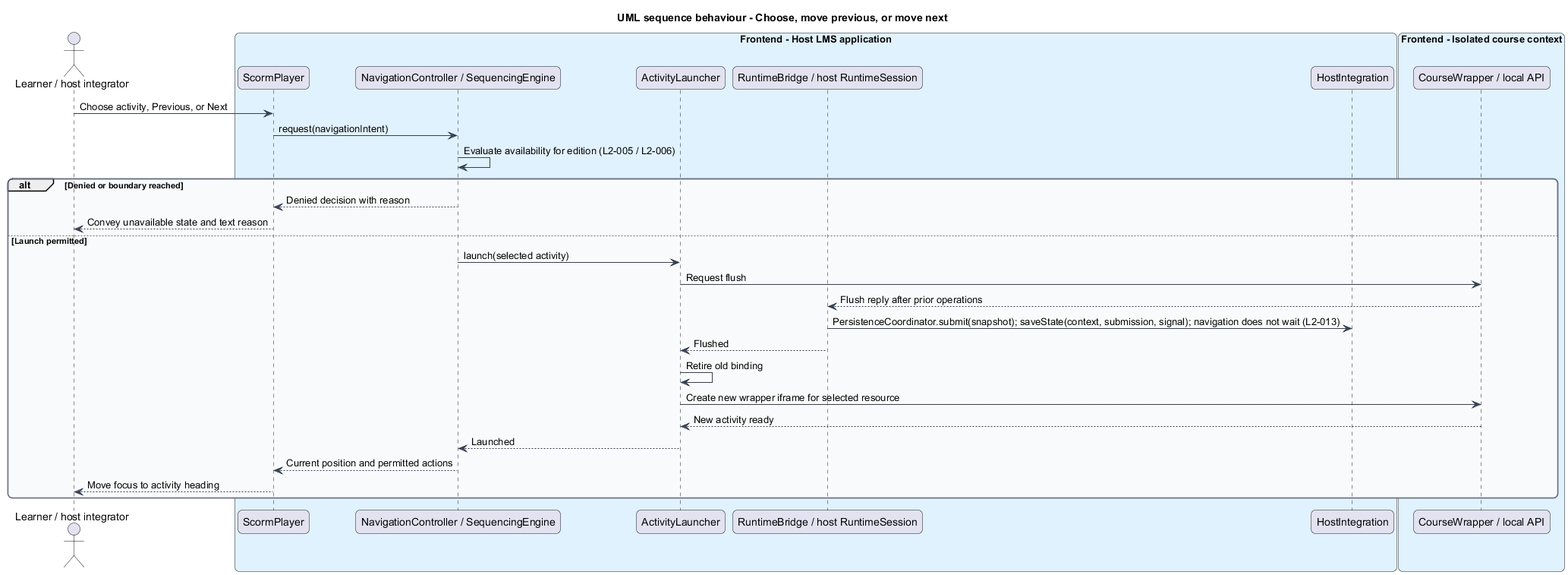
QuinntyneBrown/Tessera keeps this PlantUML diagram as docs/detailed-designs/scorm-player/navigate-course/diagrams/sequence-choice.png. Above is the earlier version.
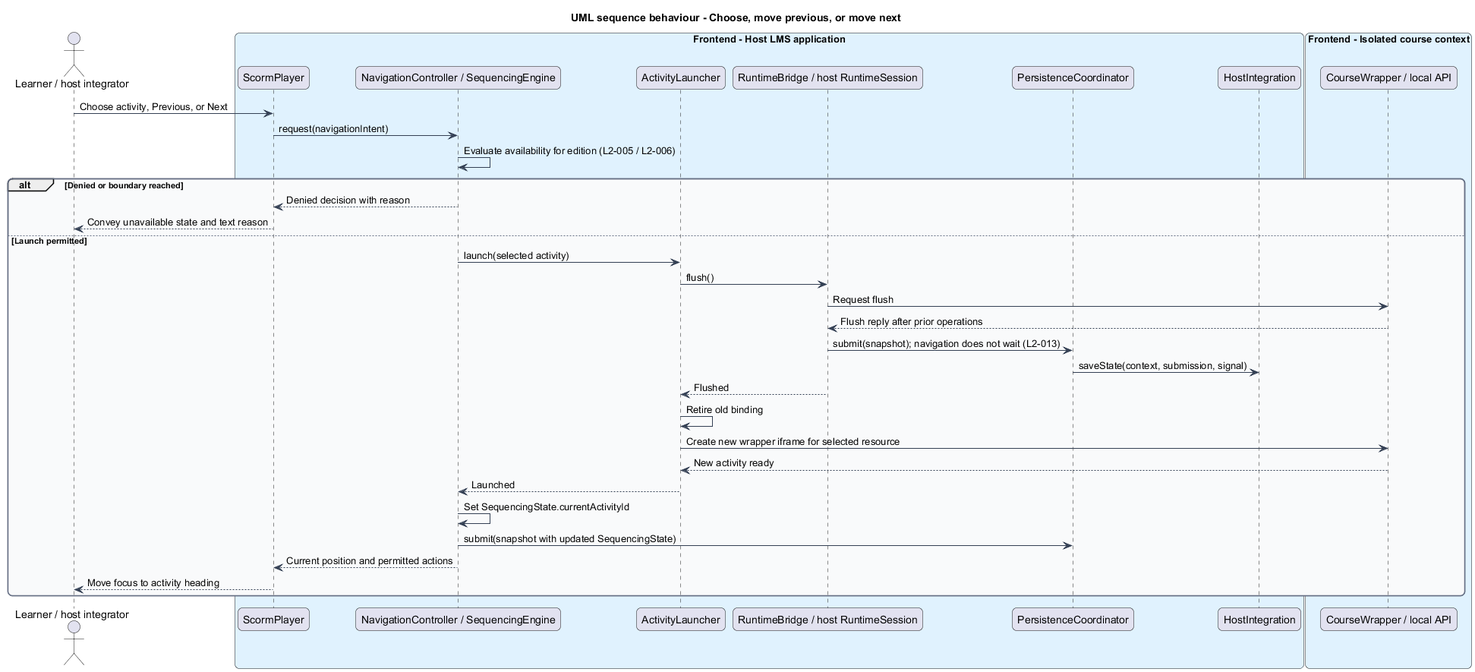
Above is the later version.

Diff of the diagram source:
```diff
@@ -20,6 +20,7 @@
   participant "NavigationController / SequencingEngine" as core
   participant "ActivityLauncher" as launcher
   participant "RuntimeBridge / host RuntimeSession" as bridge
+  participant "PersistenceCoordinator" as persist
   participant "HostIntegration" as host
 end box
 box "Frontend - Isolated course context" #E0F2FE
@@ -34,14 +35,18 @@
   shell --> actor : Convey unavailable state and text reason
 else Launch permitted
   core -> launcher : launch(selected activity)
-  launcher -> wrapper : Request flush
+  launcher -> bridge : flush()
+  bridge -> wrapper : Request flush
   wrapper --> bridge : Flush reply after prior operations
-  bridge -> host : PersistenceCoordinator.submit(snapshot); saveState(context, submission, signal); navigation does not wait (L2-013)
+  bridge -> persist : submit(snapshot); navigation does not wait (L2-013)
+  persist -> host : saveState(context, submission, signal)
   bridge --> launcher : Flushed
   launcher -> launcher : Retire old binding
   launcher -> wrapper : Create new wrapper iframe for selected resource
   wrapper --> launcher : New activity ready
   launcher --> core : Launched
+  core -> core : Set SequencingState.currentActivityId
+  core -> persist : submit(snapshot with updated SequencingState)
   core --> shell : Current position and permitted actions
   shell --> actor : Move focus to activity heading
 end
```
